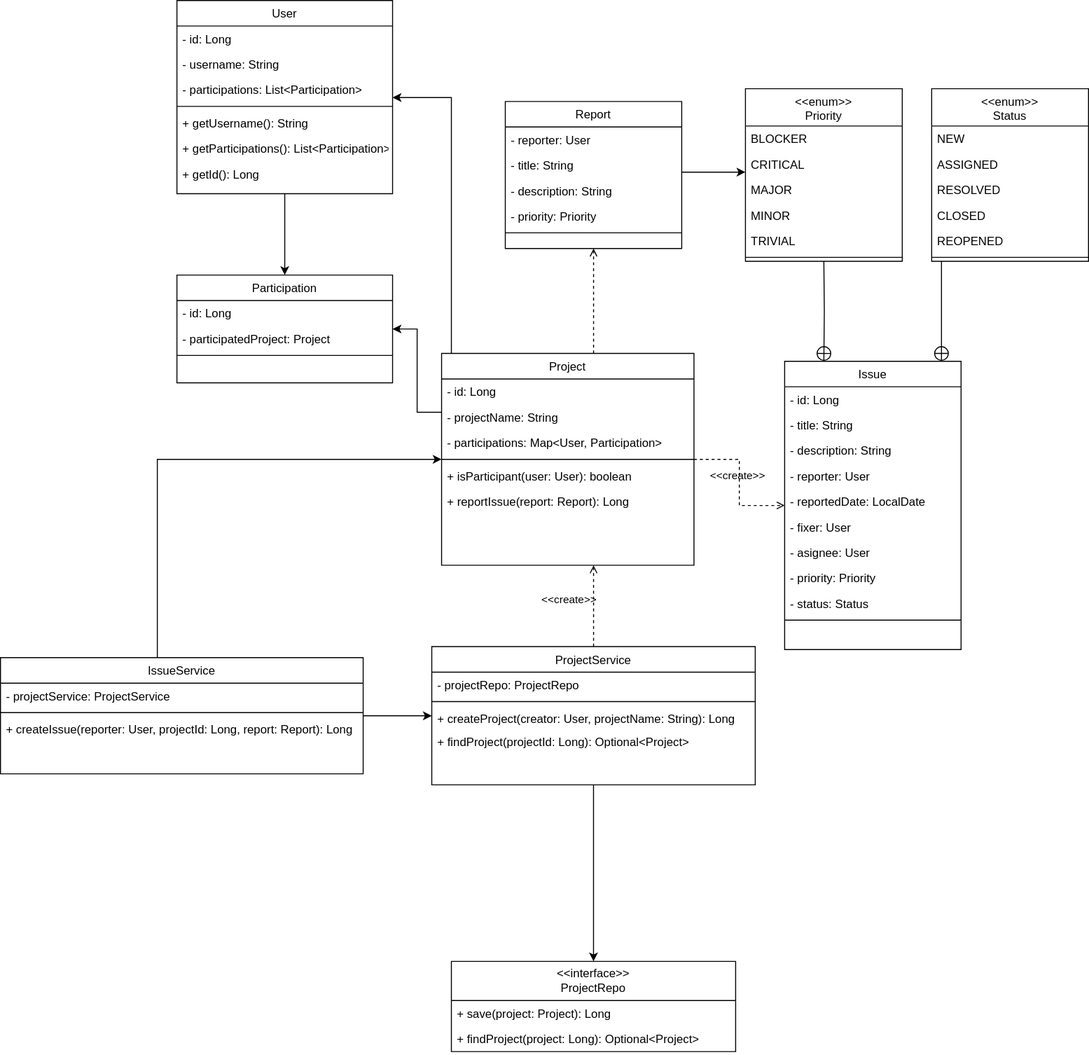
This is class_diagram.svg from cau-software-engineering-project-KKYCP/KKYCP-docs, a draw.io export, as it was before one commit. Source tidied: cells renumbered, new cells last; positions are measured from the earlier drawing's top-left corner, leaving out a move shared by most shapes.
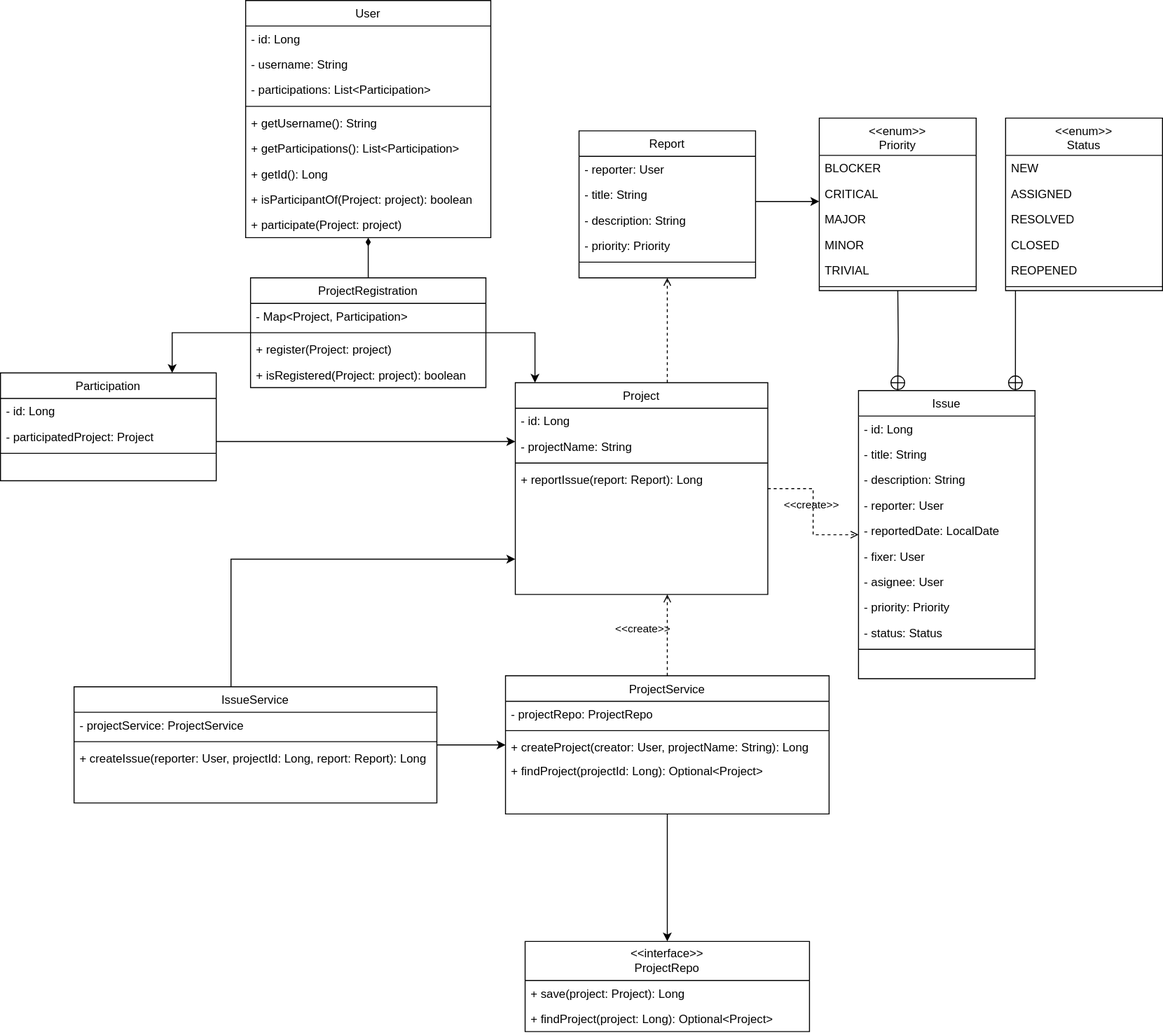
After the commit.

Commit message:
renew class diagram according to the development

The edit, as a diff of the source:
```diff
@@ -2,21 +2,6 @@
   <root>
     <mxCell id="0" />
     <mxCell id="1" parent="0" />
-    <mxCell id="2" style="edgeStyle=orthogonalEdgeStyle;rounded=0;jettySize=auto;html=1;" parent="1" edge="1" source="4" target="72">
-      <mxGeometry relative="1" as="geometry">
-        <Array as="points">
-          <mxPoint x="425" y="420" />
-          <mxPoint x="425" y="335" />
-        </Array>
-      </mxGeometry>
-    </mxCell>
-    <mxCell id="3" style="edgeStyle=orthogonalEdgeStyle;rounded=0;jettySize=auto;html=1;" parent="1" edge="1" source="4" target="64">
-      <mxGeometry relative="1" as="geometry">
-        <Array as="points">
-          <mxPoint x="460" y="99" />
-        </Array>
-      </mxGeometry>
-    </mxCell>
     <mxCell id="4" value="Project" style="swimlane;fontStyle=0;align=center;verticalAlign=top;horizontal=1;startSize=26;rounded=0;shadow=0;strokeWidth=1;" parent="1" vertex="1">
       <mxGeometry x="450" y="360" width="257.5" height="216" as="geometry" />
     </mxCell>
@@ -26,17 +11,11 @@
     <mxCell id="6" value="- projectName: String" style="text;align=left;verticalAlign=top;spacingLeft=4;spacingRight=4;overflow=hidden;rounded=0;shadow=0;html=0;" parent="4" vertex="1">
       <mxGeometry y="52" width="257.5" height="26" as="geometry" />
     </mxCell>
-    <mxCell id="7" value="- participations: Map&lt;User, Participation&gt;" style="text;align=left;verticalAlign=top;spacingLeft=4;spacingRight=4;overflow=hidden;rounded=0;shadow=0;html=0;" parent="4" vertex="1">
-      <mxGeometry y="78" width="257.5" height="26" as="geometry" />
-    </mxCell>
     <mxCell id="8" style="line;html=1;strokeWidth=1;align=left;verticalAlign=middle;spacingTop=-1;spacingLeft=3;spacingRight=3;labelPosition=right;" parent="4" vertex="1">
-      <mxGeometry y="104" width="257.5" height="8" as="geometry" />
+      <mxGeometry y="78" width="257.5" height="8" as="geometry" />
     </mxCell>
-    <mxCell id="9" value="+ isParticipant(user: User): boolean" style="text;align=left;verticalAlign=top;spacingLeft=4;spacingRight=4;overflow=hidden;" parent="4" vertex="1">
-      <mxGeometry y="112" width="257.5" height="26" as="geometry" />
-    </mxCell>
     <mxCell id="10" value="+ reportIssue(report: Report): Long" style="text;align=left;verticalAlign=top;spacingLeft=4;spacingRight=4;overflow=hidden;" parent="4" vertex="1">
-      <mxGeometry y="138" width="257.5" height="26" as="geometry" />
+      <mxGeometry y="86" width="257.5" height="26" as="geometry" />
     </mxCell>
     <mxCell id="11" style="edgeStyle=orthogonalEdgeStyle;rounded=0;jettySize=auto;html=1;" parent="1" edge="1" source="12" target="17">
       <mxGeometry relative="1" as="geometry" />
@@ -57,7 +36,7 @@
       <mxGeometry y="84" width="330" height="26" as="geometry" />
     </mxCell>
     <mxCell id="17" value="&lt;div style=&quot;border-color: var(--border-color);&quot;&gt;&lt;span style=&quot;border-color: var(--border-color); background-color: initial;&quot;&gt;&amp;lt;&amp;lt;interface&amp;gt;&amp;gt;&lt;/span&gt;&lt;/div&gt;&lt;span style=&quot;border-color: var(--border-color); text-align: left;&quot;&gt;&lt;div style=&quot;border-color: var(--border-color); text-align: center;&quot;&gt;&lt;span style=&quot;border-color: var(--border-color); background-color: initial;&quot;&gt;ProjectRepo&lt;/span&gt;&lt;/div&gt;&lt;/span&gt;" style="swimlane;fontStyle=0;horizontal=1;startSize=40;fillColor=none;whiteSpace=wrap;html=1;" parent="1" vertex="1">
-      <mxGeometry x="460" y="980" width="290" height="92" as="geometry" />
+      <mxGeometry x="460" y="930" width="290" height="92" as="geometry" />
     </mxCell>
     <mxCell id="18" value="+ save(project: Project): Long" style="text;strokeColor=none;fillColor=none;align=left;verticalAlign=top;spacingLeft=4;spacingRight=4;overflow=hidden;whiteSpace=wrap;html=1;" parent="17" vertex="1">
       <mxGeometry y="40" width="290" height="26" as="geometry" />
@@ -79,7 +58,7 @@
     <mxCell id="22" style="edgeStyle=orthogonalEdgeStyle;rounded=0;jettySize=auto;html=1;" parent="1" edge="1" source="23" target="4">
       <mxGeometry relative="1" as="geometry">
         <Array as="points">
-          <mxPoint x="160" y="468" />
+          <mxPoint x="160" y="540" />
         </Array>
       </mxGeometry>
     </mxCell>
@@ -221,35 +200,49 @@
         </Array>
       </mxGeometry>
     </mxCell>
-    <mxCell id="63" style="edgeStyle=orthogonalEdgeStyle;rounded=0;jettySize=auto;html=1;" parent="1" edge="1" source="64" target="72">
-      <mxGeometry relative="1" as="geometry" />
-    </mxCell>
+    <mxCell id="76" style="edgeStyle=orthogonalEdgeStyle;rounded=0;jettySize=auto;html=1;endArrow=none;endFill=0;startArrow=diamondThin;startFill=1;" parent="1" edge="1" source="64" target="82">
+      <mxGeometry relative="1" as="geometry" />
+    </mxCell>
     <mxCell id="64" value="User" style="swimlane;fontStyle=0;align=center;verticalAlign=top;horizontal=1;startSize=26;rounded=0;shadow=0;strokeWidth=1;" parent="1" vertex="1">
-      <mxGeometry x="180" width="220" height="197" as="geometry" />
+      <mxGeometry x="175" y="-30" width="250" height="242" as="geometry" />
     </mxCell>
     <mxCell id="65" value="- id: Long&#10;" style="text;align=left;verticalAlign=top;spacingLeft=4;spacingRight=4;overflow=hidden;" parent="64" vertex="1">
-      <mxGeometry y="26" width="220" height="26" as="geometry" />
+      <mxGeometry y="26" width="250" height="26" as="geometry" />
     </mxCell>
     <mxCell id="66" value="- username: String" style="text;align=left;verticalAlign=top;spacingLeft=4;spacingRight=4;overflow=hidden;rounded=0;shadow=0;html=0;" parent="64" vertex="1">
-      <mxGeometry y="52" width="220" height="26" as="geometry" />
+      <mxGeometry y="52" width="250" height="26" as="geometry" />
     </mxCell>
     <mxCell id="67" value="- participations: List&lt;Participation&gt;" style="text;align=left;verticalAlign=top;spacingLeft=4;spacingRight=4;overflow=hidden;rounded=0;shadow=0;html=0;" parent="64" vertex="1">
-      <mxGeometry y="78" width="220" height="26" as="geometry" />
+      <mxGeometry y="78" width="250" height="26" as="geometry" />
     </mxCell>
     <mxCell id="68" style="line;html=1;strokeWidth=1;align=left;verticalAlign=middle;spacingTop=-1;spacingLeft=3;spacingRight=3;labelPosition=right;" parent="64" vertex="1">
-      <mxGeometry y="104" width="220" height="8" as="geometry" />
+      <mxGeometry y="104" width="250" height="8" as="geometry" />
     </mxCell>
     <mxCell id="69" value="+ getUsername(): String" style="text;align=left;verticalAlign=top;spacingLeft=4;spacingRight=4;overflow=hidden;" parent="64" vertex="1">
-      <mxGeometry y="112" width="220" height="26" as="geometry" />
+      <mxGeometry y="112" width="250" height="26" as="geometry" />
     </mxCell>
     <mxCell id="70" value="+ getParticipations(): List&lt;Participation&gt;" style="text;align=left;verticalAlign=top;spacingLeft=4;spacingRight=4;overflow=hidden;" parent="64" vertex="1">
-      <mxGeometry y="138" width="220" height="26" as="geometry" />
+      <mxGeometry y="138" width="250" height="26" as="geometry" />
     </mxCell>
     <mxCell id="71" value="+ getId(): Long" style="text;align=left;verticalAlign=top;spacingLeft=4;spacingRight=4;overflow=hidden;" parent="64" vertex="1">
-      <mxGeometry y="164" width="220" height="26" as="geometry" />
+      <mxGeometry y="164" width="250" height="26" as="geometry" />
     </mxCell>
+    <mxCell id="77" value="+ isParticipantOf(Project: project): boolean" style="text;align=left;verticalAlign=top;spacingLeft=4;spacingRight=4;overflow=hidden;" parent="64" vertex="1">
+      <mxGeometry y="190" width="250" height="26" as="geometry" />
+    </mxCell>
+    <mxCell id="78" value="+ participate(Project: project)" style="text;align=left;verticalAlign=top;spacingLeft=4;spacingRight=4;overflow=hidden;" parent="64" vertex="1">
+      <mxGeometry y="216" width="250" height="26" as="geometry" />
+    </mxCell>
+    <mxCell id="79" style="edgeStyle=orthogonalEdgeStyle;rounded=0;jettySize=auto;html=1;" parent="1" edge="1" source="72" target="4">
+      <mxGeometry relative="1" as="geometry">
+        <Array as="points">
+          <mxPoint x="240" y="420" />
+          <mxPoint x="240" y="420" />
+        </Array>
+      </mxGeometry>
+    </mxCell>
     <mxCell id="72" value="Participation" style="swimlane;fontStyle=0;align=center;verticalAlign=top;horizontal=1;startSize=26;rounded=0;shadow=0;strokeWidth=1;" parent="1" vertex="1">
-      <mxGeometry x="180" y="280" width="220" height="110" as="geometry" />
+      <mxGeometry x="-75" y="350" width="220" height="110" as="geometry" />
     </mxCell>
     <mxCell id="73" value="- id: Long&#10;" style="text;align=left;verticalAlign=top;spacingLeft=4;spacingRight=4;overflow=hidden;" parent="72" vertex="1">
       <mxGeometry y="26" width="220" height="26" as="geometry" />
@@ -260,5 +253,34 @@
     <mxCell id="75" style="line;html=1;strokeWidth=1;align=left;verticalAlign=middle;spacingTop=-1;spacingLeft=3;spacingRight=3;labelPosition=right;" parent="72" vertex="1">
       <mxGeometry y="78" width="220" height="8" as="geometry" />
     </mxCell>
+    <mxCell id="80" style="edgeStyle=orthogonalEdgeStyle;rounded=0;jettySize=auto;html=1;" parent="1" edge="1" source="82" target="72">
+      <mxGeometry relative="1" as="geometry">
+        <Array as="points">
+          <mxPoint x="100" y="309" />
+        </Array>
+      </mxGeometry>
+    </mxCell>
+    <mxCell id="81" style="edgeStyle=orthogonalEdgeStyle;rounded=0;jettySize=auto;html=1;" parent="1" edge="1" source="82" target="4">
+      <mxGeometry relative="1" as="geometry">
+        <Array as="points">
+          <mxPoint x="470" y="309" />
+        </Array>
+      </mxGeometry>
+    </mxCell>
+    <mxCell id="82" value="ProjectRegistration" style="swimlane;fontStyle=0;align=center;verticalAlign=top;horizontal=1;startSize=26;rounded=0;shadow=0;strokeWidth=1;" parent="1" vertex="1">
+      <mxGeometry x="180" y="253" width="240" height="112" as="geometry" />
+    </mxCell>
+    <mxCell id="83" value="- Map&lt;Project, Participation&gt;&#10;" style="text;align=left;verticalAlign=top;spacingLeft=4;spacingRight=4;overflow=hidden;" parent="82" vertex="1">
+      <mxGeometry y="26" width="240" height="26" as="geometry" />
+    </mxCell>
+    <mxCell id="84" style="line;html=1;strokeWidth=1;align=left;verticalAlign=middle;spacingTop=-1;spacingLeft=3;spacingRight=3;labelPosition=right;" parent="82" vertex="1">
+      <mxGeometry y="52" width="240" height="8" as="geometry" />
+    </mxCell>
+    <mxCell id="85" value="+ register(Project: project)" style="text;align=left;verticalAlign=top;spacingLeft=4;spacingRight=4;overflow=hidden;rounded=0;shadow=0;html=0;" parent="82" vertex="1">
+      <mxGeometry y="60" width="240" height="26" as="geometry" />
+    </mxCell>
+    <mxCell id="86" value="+ isRegistered(Project: project): boolean" style="text;align=left;verticalAlign=top;spacingLeft=4;spacingRight=4;overflow=hidden;rounded=0;shadow=0;html=0;" parent="82" vertex="1">
+      <mxGeometry y="86" width="240" height="26" as="geometry" />
+    </mxCell>
   </root>
 </mxGraphModel>
```
